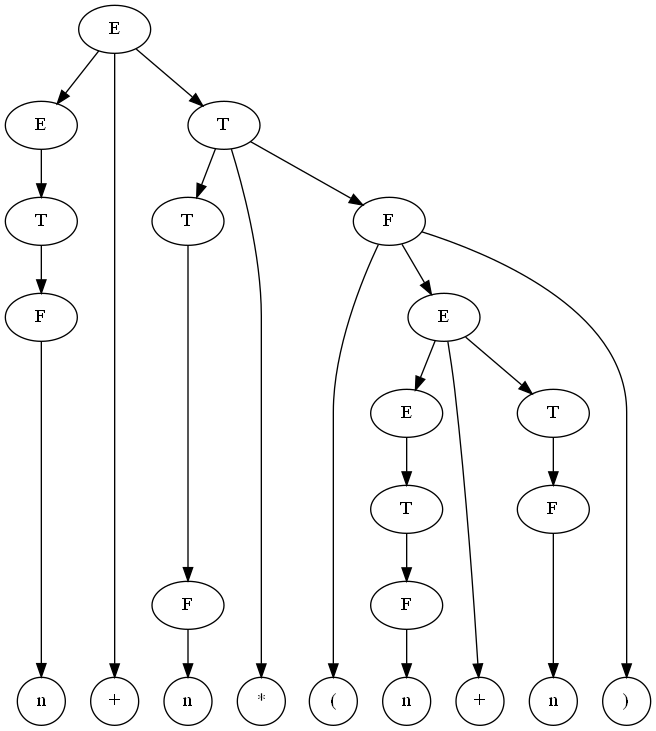
Earlier version of the Graphviz export pics/gen/13-1-parse-tree.png (bmstu-iu9/scheme-labs). Its source is kept beside it as pics/gen/13-1-parse-tree.dot.
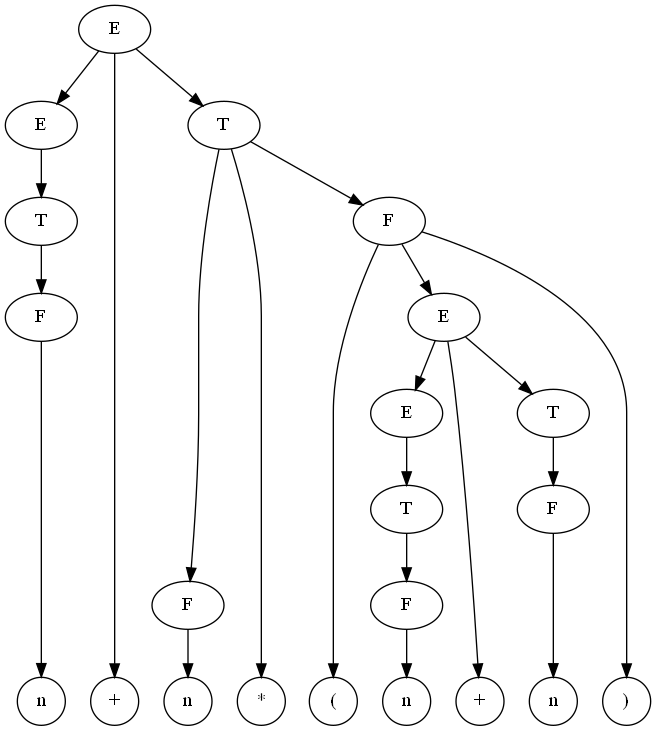
After the commit.

Change to the diagram source:
```diff
@@ -3,7 +3,7 @@
   E1 -> p1;
   E1 -> T1;
 
-  T1 -> T2;
+  T1 -> F3;
   T1 -> m1;
   T1 -> F1;
 
@@ -16,8 +16,6 @@
   F1 -> bl1;
   F1 -> E3;
   F1 -> br1;
-
-  T2 -> F3;
 
   F3 -> n2;
 
@@ -39,7 +37,7 @@
   }
 
   E1, E2, E3, E4 [label="E"];
-  T1, T2, T3, T4, T5 [label="T"];
+  T1, T3, T4, T5 [label="T"];
   F1, F2, F3, F4, F5 [label="F"];
   p1, p2 [label="+"];
   n1, n2, n3, n4 [label="n"];
```
